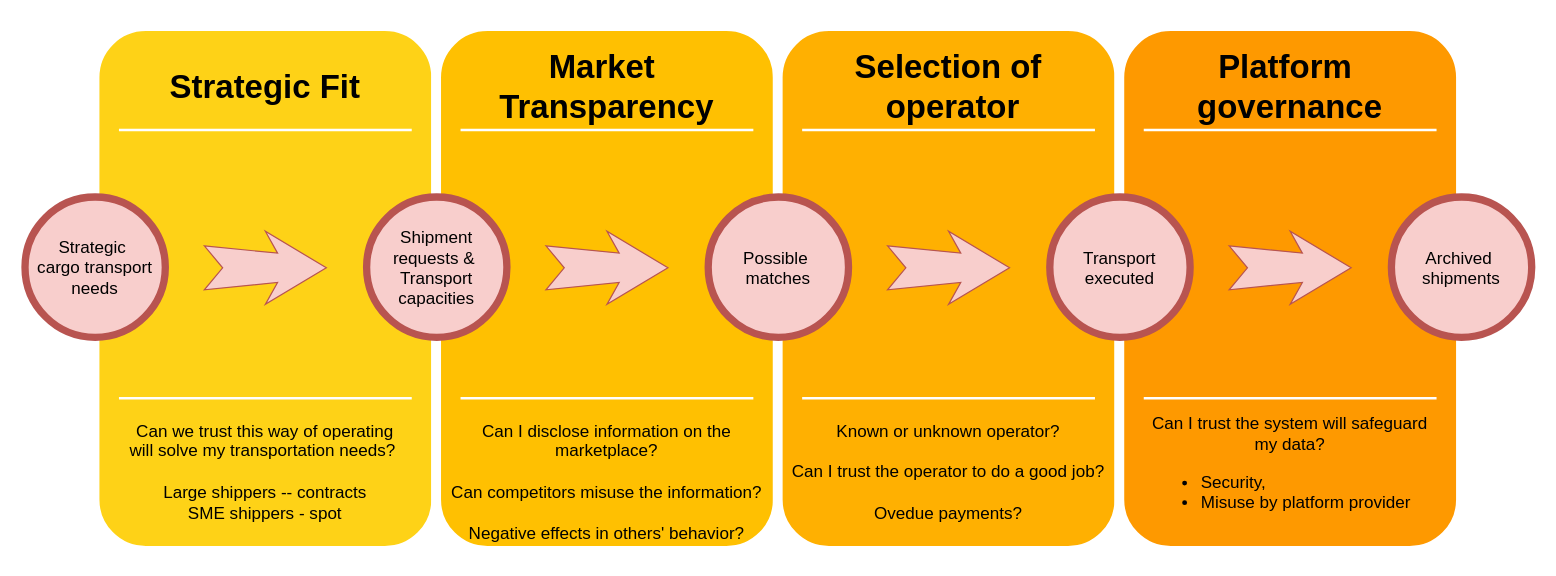
Before: Untitled Diagram.drawio in jcaballe1/hello-world, a draw.io diagram. Source tidied: cells renumbered, new cells numbered last; positions are measured from the earlier drawing's top-left corner, leaving out a move shared by most shapes. Both pictures are drawn from the tidied source at 122%, with x=0, y=0 at pixel (24, 26).
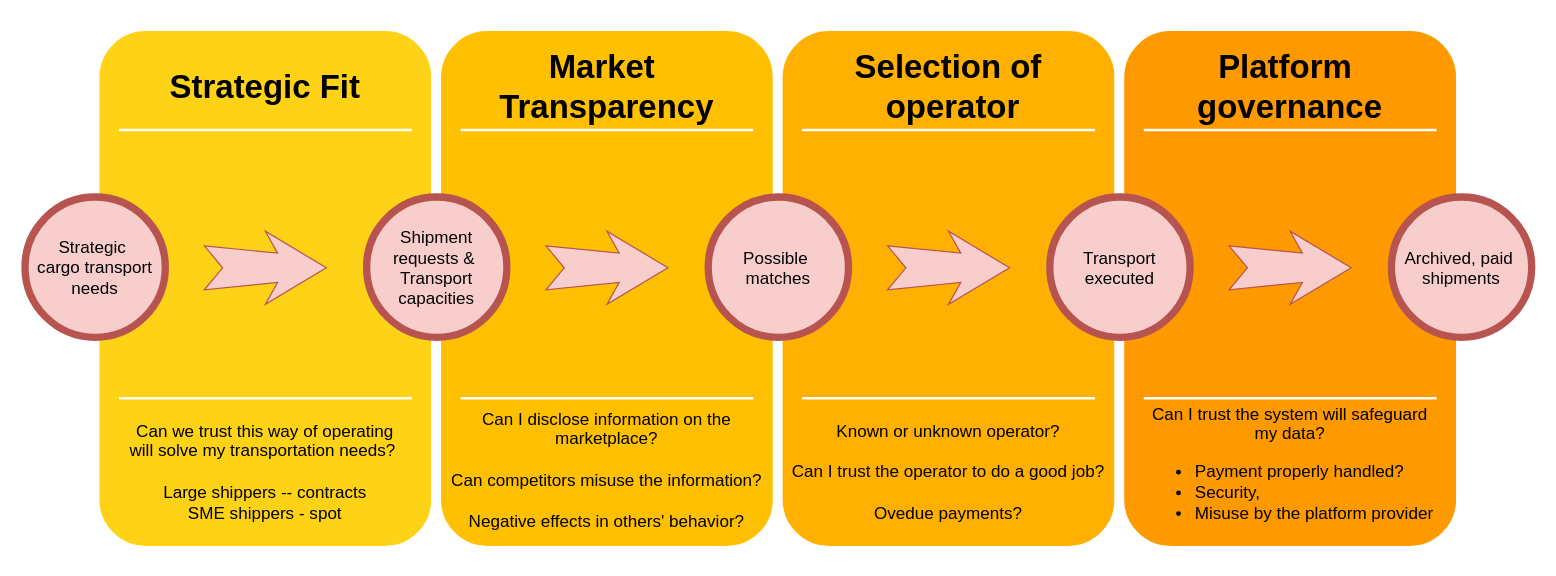
The same diagram, later.

The edit, as a diff of the source:
```diff
@@
     <mxCell id="11" value="&lt;div&gt;&lt;br&gt;&lt;/div&gt;&lt;div&gt;Can I disclose information on the marketplace?&lt;/div&gt;&lt;div&gt;&lt;br&gt;&lt;/div&gt;Can competitors misuse the information?&lt;div&gt;&lt;br&gt;&lt;/div&gt;&lt;div&gt;Negative effects&amp;nbsp;&lt;span style=&quot;background-color: initial;&quot;&gt;in others' behavior?&lt;/span&gt;&lt;/div&gt;" style="text;html=1;strokeColor=none;fillColor=none;align=center;verticalAlign=middle;whiteSpace=wrap;rounded=0;shadow=0;fontSize=14;fontColor=default;" parent="1" vertex="1">
-      <mxGeometry x="337" y="320" width="280" height="90" as="geometry" />
+      <mxGeometry x="337" y="310" width="280" height="90" as="geometry" />
     </mxCell>
@@
-    <mxCell id="25" value="Can I trust the system will safeguard&lt;div&gt;my data?&lt;/div&gt;&lt;div&gt;&lt;ul&gt;&lt;li style=&quot;text-align: left;&quot;&gt;Security,&amp;nbsp;&lt;/li&gt;&lt;li style=&quot;text-align: left;&quot;&gt;Misuse by platform provider&lt;/li&gt;&lt;/ul&gt;&lt;/div&gt;" style="text;html=1;strokeColor=none;fillColor=none;align=center;verticalAlign=middle;whiteSpace=wrap;rounded=0;shadow=0;fontSize=14;fontColor=default;" parent="1" vertex="1">
+    <mxCell id="25" value="Can I trust the system will safeguard&lt;div&gt;my data?&lt;/div&gt;&lt;div&gt;&lt;ul&gt;&lt;li style=&quot;text-align: left;&quot;&gt;Payment properly handled?&lt;/li&gt;&lt;li style=&quot;text-align: left;&quot;&gt;Security,&amp;nbsp;&lt;/li&gt;&lt;li style=&quot;text-align: left;&quot;&gt;Misuse by the platform provider&lt;/li&gt;&lt;/ul&gt;&lt;/div&gt;" style="text;html=1;strokeColor=none;fillColor=none;align=center;verticalAlign=middle;whiteSpace=wrap;rounded=0;shadow=0;fontSize=14;fontColor=default;" parent="1" vertex="1">
       <mxGeometry x="897" y="320" width="280" height="90" as="geometry" />
     </mxCell>
@@
-    <mxCell id="30" value="Archived&amp;nbsp;&lt;div&gt;shipments&lt;/div&gt;" style="ellipse;whiteSpace=wrap;html=1;rounded=0;shadow=0;strokeWidth=6;fontSize=14;align=center;fillColor=#f8cecc;strokeColor=#b85450;" parent="1" vertex="1">
+    <mxCell id="30" value="Archived, paid&amp;nbsp;&lt;div&gt;shipments&lt;/div&gt;" style="ellipse;whiteSpace=wrap;html=1;rounded=0;shadow=0;strokeWidth=6;fontSize=14;align=center;fillColor=#f8cecc;strokeColor=#b85450;" parent="1" vertex="1">
       <mxGeometry x="1120" y="140" width="115" height="115" as="geometry" />
     </mxCell>
```
